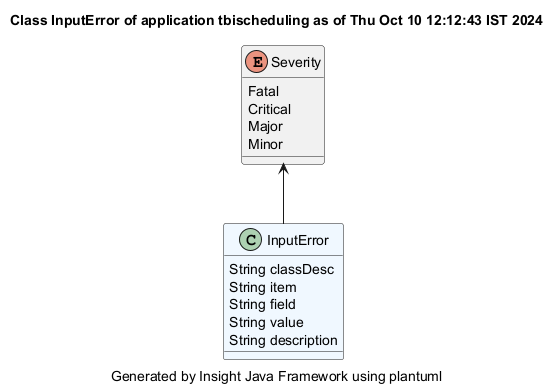
This is demonstrator/tbischeduling/site/plantuml/InputError.png from hsimonis/schedulingtraining, a PlantUML export, as it was before one commit. Its diagram source:
```plantuml
@startuml
title Class InputError of application tbischeduling as of Thu Oct 10 12:12:43 IST 2024
caption Generated by Insight Java Framework using plantuml
class InputError #aliceblue
InputError : String classDesc
InputError : String item
InputError : String field
InputError : String value
InputError : String description

enum Severity
Severity : Fatal
Severity : Critical
Severity : Major
Severity : Minor
Severity <-- InputError
@enduml
```
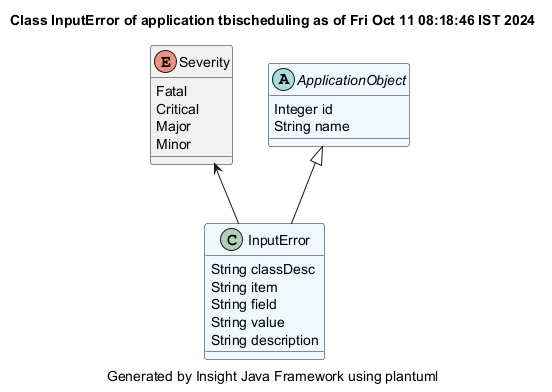
The same diagram one commit later.

What changed in the source:
```diff
@@ -1,5 +1,5 @@
 @startuml
-title Class InputError of application tbischeduling as of Thu Oct 10 12:12:43 IST 2024
+title Class InputError of application tbischeduling as of Fri Oct 11 08:18:46 IST 2024
 caption Generated by Insight Java Framework using plantuml
 class InputError #aliceblue
 InputError : String classDesc
@@ -14,4 +14,9 @@
 Severity : Major
 Severity : Minor
 Severity <-- InputError
+abstract ApplicationObject #aliceblue
+ApplicationObject : Integer id
+ApplicationObject : String name
+
+ApplicationObject <|-- InputError
 @enduml
```
